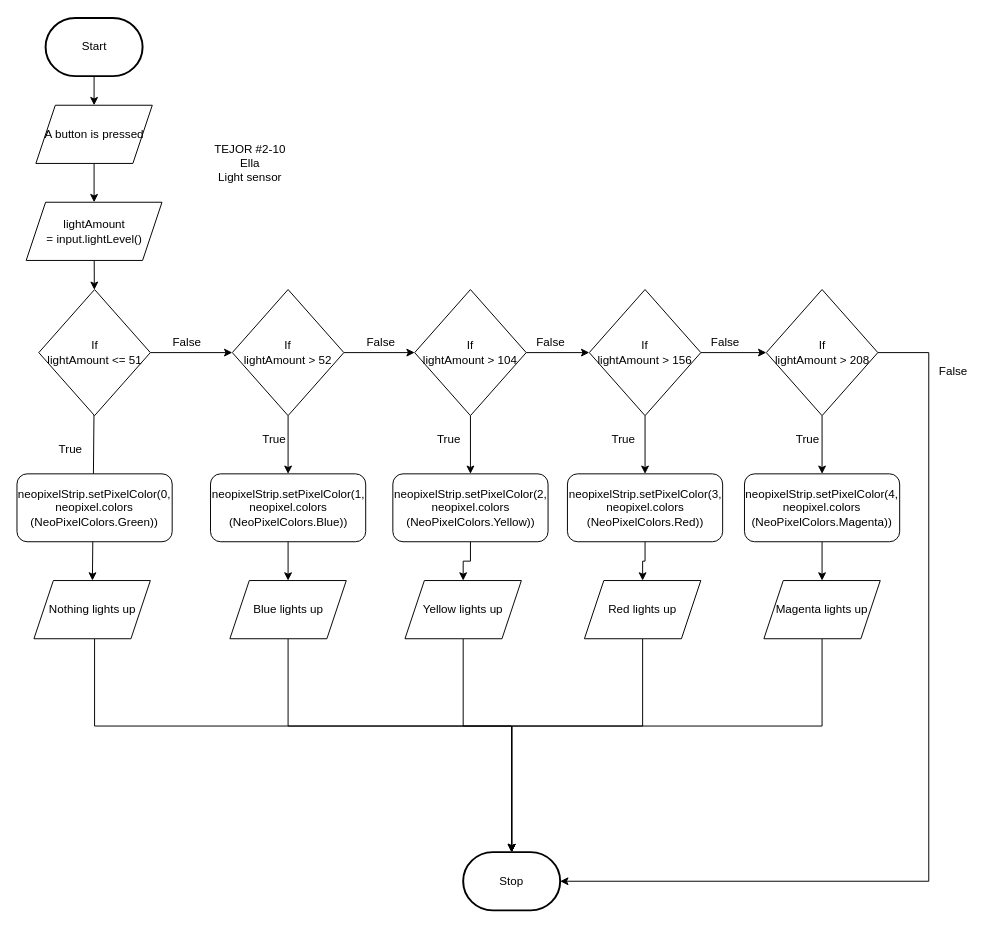
Before: design/flowchart.drawio in MTHS-TEJ2O-1-2024/TEJ2O-Unit-2-10B-ella-an2, a draw.io diagram. Source tidied: cells renumbered, new cells numbered last; positions are measured from the earlier drawing's top-left corner, leaving out a move shared by most shapes. Both pictures are drawn from the tidied source at 97%, with x=0, y=0 at pixel (16, 17).
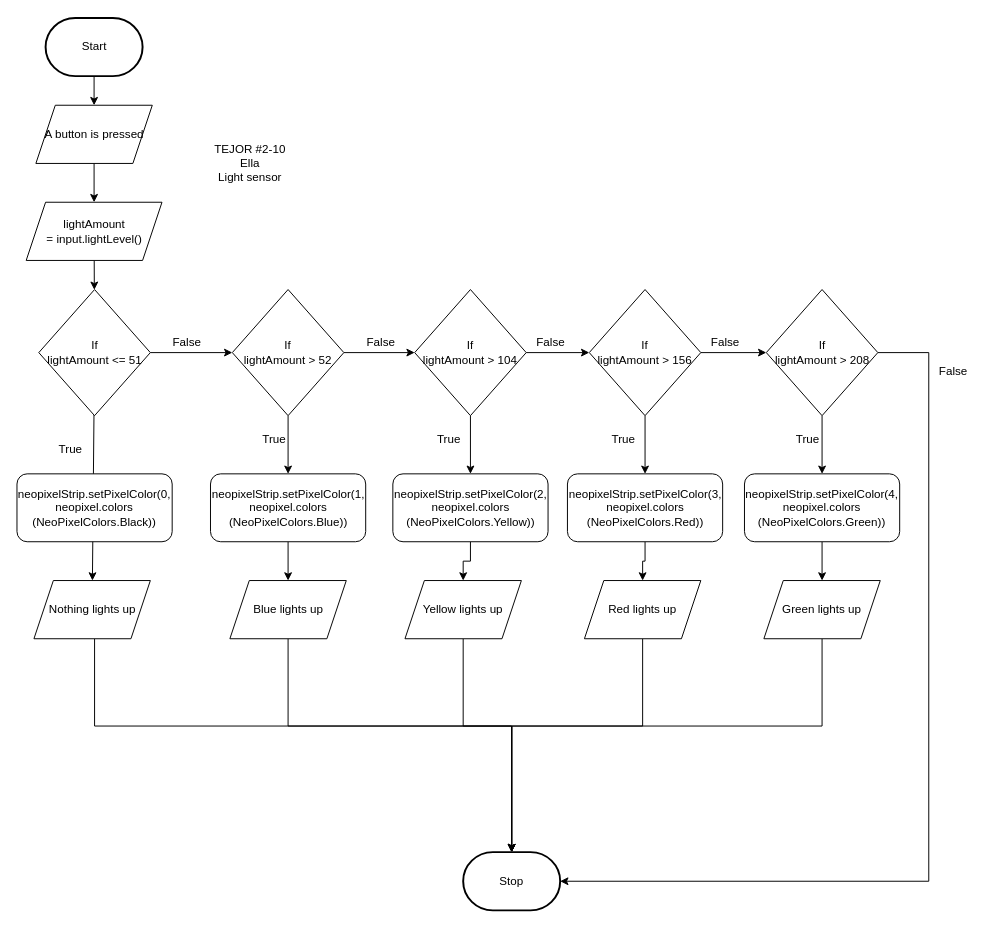
The same page after the edit.

Diff of the diagram source:
```diff
@@
-    <mxCell id="18" value="neopixelStrip.setPixelColor(0, neopixel.colors&lt;br&gt;(NeoPixelColors.Green))" style="rounded=1;whiteSpace=wrap;html=1;" parent="1" vertex="1">
+    <mxCell id="18" value="neopixelStrip.setPixelColor(0, neopixel.colors&lt;br&gt;(NeoPixelColors.Black))" style="rounded=1;whiteSpace=wrap;html=1;" parent="1" vertex="1">
       <mxGeometry y="470" width="160" height="70" as="geometry" />
     </mxCell>
@@
-    <mxCell id="42" value="neopixelStrip.setPixelColor(4, neopixel.colors&lt;br&gt;(NeoPixelColors.Magenta))" style="rounded=1;whiteSpace=wrap;html=1;" parent="1" vertex="1">
+    <mxCell id="42" value="neopixelStrip.setPixelColor(4, neopixel.colors&lt;br&gt;(NeoPixelColors.Green))" style="rounded=1;whiteSpace=wrap;html=1;" parent="1" vertex="1">
       <mxGeometry x="750" y="470" width="160" height="70" as="geometry" />
     </mxCell>
@@
-    <mxCell id="48" value="Magenta lights up" style="shape=parallelogram;perimeter=parallelogramPerimeter;whiteSpace=wrap;html=1;fixedSize=1;" parent="1" vertex="1">
+    <mxCell id="48" value="Green lights up" style="shape=parallelogram;perimeter=parallelogramPerimeter;whiteSpace=wrap;html=1;fixedSize=1;" parent="1" vertex="1">
       <mxGeometry x="770" y="580" width="120" height="60" as="geometry" />
     </mxCell>
```
